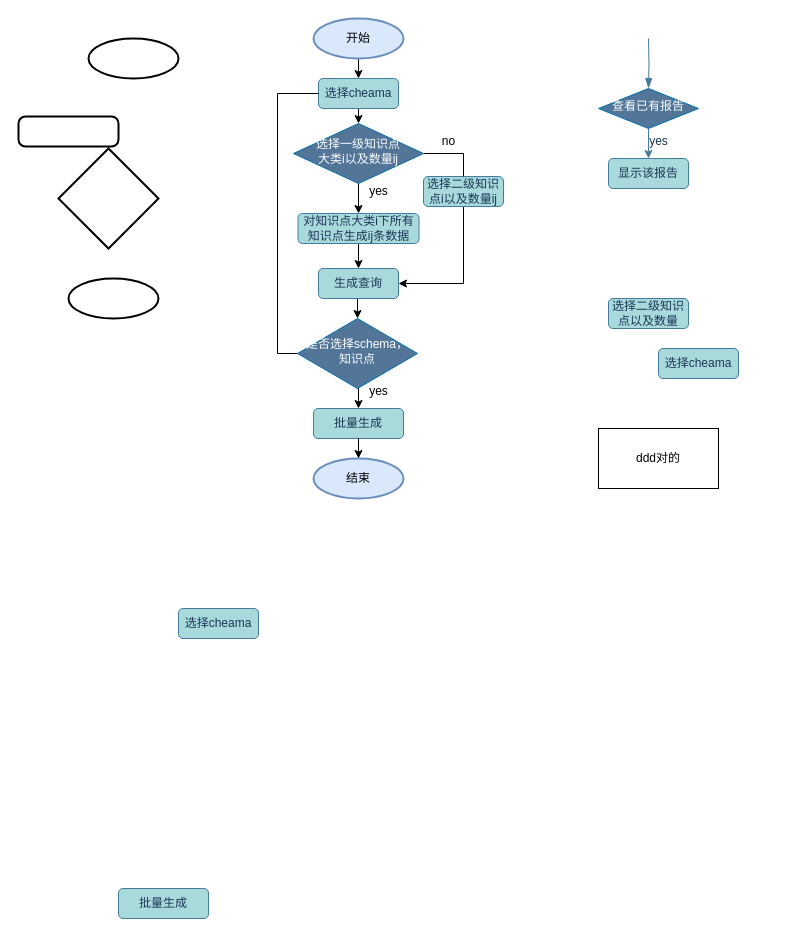
Earlier version of the draw.io diagram draw/自然语言生成以及相应sql生成.drawio (White1943/sqlEduFB). Source tidied: cells renumbered, new cells numbered last; positions are measured from the earlier drawing's top-left corner, leaving out a move shared by most shapes. Both pictures are drawn from the tidied source at 100%, with x=0, y=0 at pixel (18, 18).
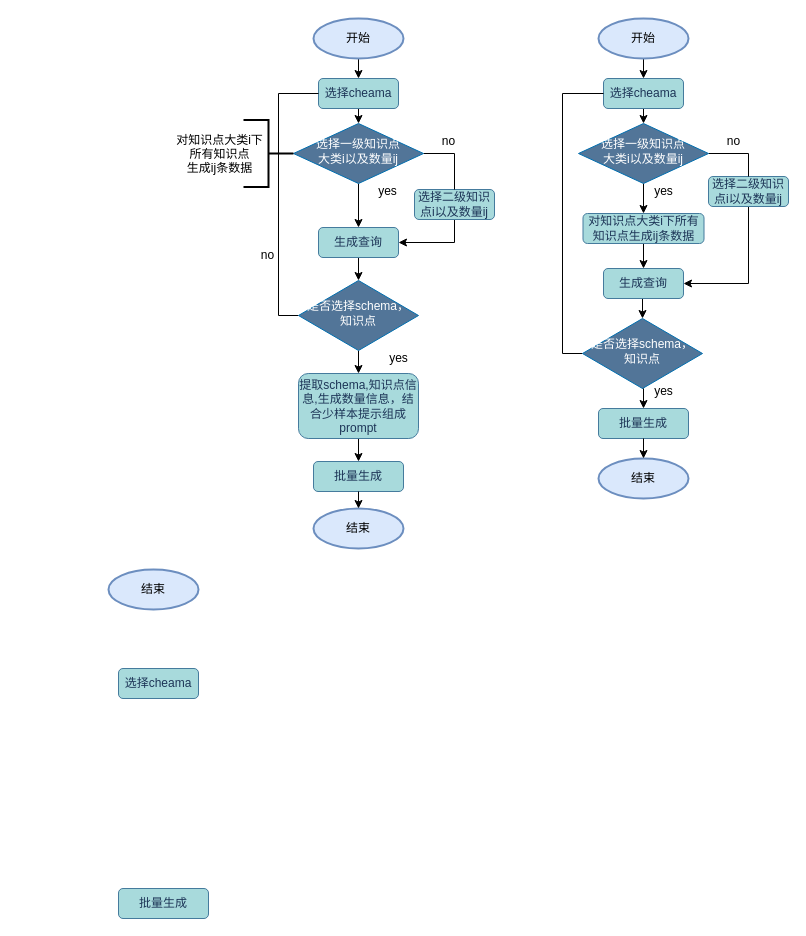
After the change.

Commit message (it also covers changes not shown here):
更新自然语言生成以及相应sql生成.drawio

The change refers to these unchanged cells:
```xml
<mxCell id="23" value="&lt;span&gt;&lt;font style=&quot;color: rgb(255, 255, 255);&quot;&gt;选择一级知识点&lt;/font&gt;&lt;/span&gt;&lt;div&gt;&lt;span&gt;&lt;font style=&quot;color: rgb(255, 255, 255);&quot;&gt;大类i以及数量ij&lt;/font&gt;&lt;/span&gt;&lt;/div&gt;" style="rhombus;whiteSpace=wrap;html=1;shadow=0;fontFamily=Helvetica;fontSize=12;align=center;strokeWidth=1;spacing=6;spacingTop=-4;labelBackgroundColor=none;fillColor=light-dark(#527598, #2566a8);strokeColor=#006EAF;fontColor=#ffffff;verticalAlign=middle;" parent="1" vertex="1">
  <mxGeometry x="275" y="105" width="130" height="60" as="geometry" />
</mxCell>
```

The edit, as a diff of the source:
```diff
@@
-    <mxCell id="2" style="strokeWidth=2;html=1;shape=mxgraph.flowchart.start_1;whiteSpace=wrap;" parent="1" vertex="1">
-      <mxGeometry x="70" y="20" width="90" height="40" as="geometry" />
-    </mxCell>
-    <mxCell id="3" style="strokeWidth=2;html=1;shape=mxgraph.flowchart.start_1;whiteSpace=wrap;" parent="1" vertex="1">
-      <mxGeometry x="50" y="260" width="90" height="40" as="geometry" />
-    </mxCell>
-    <mxCell id="4" style="strokeWidth=2;html=1;shape=mxgraph.flowchart.decision;whiteSpace=wrap;" parent="1" vertex="1">
-      <mxGeometry x="40" y="130" width="100" height="100" as="geometry" />
-    </mxCell>
-    <mxCell id="5" style="rounded=1;whiteSpace=wrap;html=1;absoluteArcSize=1;arcSize=14;strokeWidth=2;" parent="1" vertex="1">
-      <mxGeometry y="98" width="100" height="30" as="geometry" />
-    </mxCell>
-    <mxCell id="6" style="rounded=0;html=1;jettySize=auto;fontSize=11;endArrow=blockThin;endFill=1;endSize=8;strokeWidth=1;shadow=0;labelBackgroundColor=none;edgeStyle=orthogonalEdgeStyle;strokeColor=#457B9D;fontColor=default;" parent="1" edge="1" target="8">
-      <mxGeometry relative="1" as="geometry">
-        <mxPoint x="630" y="20" as="sourcePoint" />
-      </mxGeometry>
-    </mxCell>
-    <mxCell id="7" style="edgeStyle=orthogonalEdgeStyle;rounded=0;jettySize=auto;html=1;exitX=0.5;exitY=1;exitDx=0;exitDy=0;entryX=0.5;entryY=0;entryDx=0;entryDy=0;labelBackgroundColor=none;strokeColor=#457B9D;fontColor=default;" parent="1" edge="1" source="8" target="9">
-      <mxGeometry relative="1" as="geometry" />
-    </mxCell>
-    <mxCell id="8" value="查看已有报告" style="rhombus;whiteSpace=wrap;html=1;shadow=0;fontFamily=Helvetica;fontSize=12;align=center;strokeWidth=1;spacing=6;spacingTop=-4;labelBackgroundColor=none;fillColor=light-dark(#527598, #2566a8);strokeColor=#006EAF;fontColor=#ffffff;verticalAlign=middle;" parent="1" vertex="1">
-      <mxGeometry x="580" y="70" width="100" height="40" as="geometry" />
-    </mxCell>
-    <mxCell id="9" value="显示该报告" style="rounded=1;whiteSpace=wrap;html=1;fontSize=12;glass=0;strokeWidth=1;shadow=0;labelBackgroundColor=none;fillColor=#A8DADC;strokeColor=#457B9D;fontColor=#1D3557;" parent="1" vertex="1">
-      <mxGeometry x="590" y="140" width="80" height="30" as="geometry" />
-    </mxCell>
@@
-    <mxCell id="12" value="yes" style="text;html=1;align=center;verticalAlign=middle;strokeColor=none;fillColor=none;labelBackgroundColor=none;fontColor=#1D3557;" parent="1" vertex="1">
-      <mxGeometry x="620" y="108" width="40" height="30" as="geometry" />
-    </mxCell>
@@
     <mxCell id="15" value="批量生成" style="rounded=1;whiteSpace=wrap;html=1;fontSize=12;glass=0;strokeWidth=1;shadow=0;labelBackgroundColor=none;fillColor=#A8DADC;strokeColor=#457B9D;fontColor=#1D3557;" parent="1" vertex="1">
-      <mxGeometry x="295" y="390" width="90" height="30" as="geometry" />
+      <mxGeometry x="295" y="443" width="90" height="30" as="geometry" />
     </mxCell>
-    <mxCell id="16" value="选择cheama" style="rounded=1;whiteSpace=wrap;html=1;fontSize=12;glass=0;strokeWidth=1;shadow=0;labelBackgroundColor=none;fillColor=#A8DADC;strokeColor=#457B9D;fontColor=#1D3557;" parent="1" vertex="1">
-      <mxGeometry x="640" y="330" width="80" height="30" as="geometry" />
-    </mxCell>
@@
     <mxCell id="18" value="生成查询" style="rounded=1;whiteSpace=wrap;html=1;fontSize=12;glass=0;strokeWidth=1;shadow=0;labelBackgroundColor=none;fillColor=#A8DADC;strokeColor=#457B9D;fontColor=#1D3557;" parent="1" vertex="1">
-      <mxGeometry x="300" y="250" width="80" height="30" as="geometry" />
+      <mxGeometry x="300" y="209" width="80" height="30" as="geometry" />
     </mxCell>
@@
     <mxCell id="20" value="选择二级知识点i以及数量ij" style="rounded=1;whiteSpace=wrap;html=1;fontSize=12;glass=0;strokeWidth=1;shadow=0;labelBackgroundColor=none;fillColor=#A8DADC;strokeColor=#457B9D;fontColor=#1D3557;" parent="1" vertex="1">
-      <mxGeometry x="405" y="158" width="80" height="30" as="geometry" />
+      <mxGeometry x="396" y="171" width="80" height="30" as="geometry" />
     </mxCell>
-    <mxCell id="21" style="edgeStyle=orthogonalEdgeStyle;rounded=0;jettySize=auto;html=1;exitX=0.5;exitY=1;exitDx=0;exitDy=0;entryX=0.5;entryY=0;entryDx=0;entryDy=0;" parent="1" edge="1" source="23" target="26">
+    <mxCell id="21" style="edgeStyle=orthogonalEdgeStyle;rounded=0;jettySize=auto;html=1;exitX=0.5;exitY=1;exitDx=0;exitDy=0;" parent="1" edge="1" source="23" target="18">
       <mxGeometry relative="1" as="geometry" />
     </mxCell>
@@
-    <mxCell id="24" value="选择二级知识点以及数量" style="rounded=1;whiteSpace=wrap;html=1;fontSize=12;glass=0;strokeWidth=1;shadow=0;labelBackgroundColor=none;fillColor=#A8DADC;strokeColor=#457B9D;fontColor=#1D3557;" parent="1" vertex="1">
-      <mxGeometry x="590" y="280" width="80" height="30" as="geometry" />
-    </mxCell>
-    <mxCell id="25" style="edgeStyle=orthogonalEdgeStyle;rounded=0;jettySize=auto;html=1;exitX=0.5;exitY=1;exitDx=0;exitDy=0;" parent="1" edge="1" source="26" target="18">
-      <mxGeometry relative="1" as="geometry" />
-    </mxCell>
-    <mxCell id="26" value="对知识点大类i下所有知识点生成ij条数据" style="rounded=1;whiteSpace=wrap;html=1;fontSize=12;glass=0;strokeWidth=1;shadow=0;labelBackgroundColor=none;fillColor=#A8DADC;strokeColor=#457B9D;fontColor=#1D3557;" parent="1" vertex="1">
-      <mxGeometry x="279.5" y="195" width="121" height="30" as="geometry" />
-    </mxCell>
     <mxCell id="27" value="选择cheama" style="rounded=1;whiteSpace=wrap;html=1;fontSize=12;glass=0;strokeWidth=1;shadow=0;labelBackgroundColor=none;fillColor=#A8DADC;strokeColor=#457B9D;fontColor=#1D3557;" parent="1" vertex="1">
-      <mxGeometry x="160" y="590" width="80" height="30" as="geometry" />
+      <mxGeometry x="100" y="650" width="80" height="30" as="geometry" />
     </mxCell>
-    <mxCell id="28" style="edgeStyle=orthogonalEdgeStyle;rounded=0;jettySize=auto;html=1;exitX=0.5;exitY=1;exitDx=0;exitDy=0;entryX=0.5;entryY=0;entryDx=0;entryDy=0;" parent="1" edge="1" source="30" target="15">
-      <mxGeometry relative="1" as="geometry" />
-    </mxCell>
@@
+    <mxCell id="38" style="edgeStyle=orthogonalEdgeStyle;rounded=0;jettySize=auto;html=1;exitX=0.5;exitY=1;exitDx=0;exitDy=0;entryX=0.5;entryY=0;entryDx=0;entryDy=0;" parent="1" edge="1" source="30" target="60">
+      <mxGeometry relative="1" as="geometry" />
+    </mxCell>
     <mxCell id="30" value="是否选择schema，&lt;div&gt;知识点&lt;/div&gt;" style="rhombus;whiteSpace=wrap;html=1;shadow=0;fontFamily=Helvetica;fontSize=12;align=center;strokeWidth=1;spacing=6;spacingTop=-4;labelBackgroundColor=none;fillColor=light-dark(#527598, #2566a8);strokeColor=#006EAF;fontColor=#ffffff;verticalAlign=middle;" parent="1" vertex="1">
-      <mxGeometry x="279" y="300" width="120" height="70" as="geometry" />
+      <mxGeometry x="280" y="262" width="120" height="70" as="geometry" />
     </mxCell>
-    <mxCell id="31" value="ddd对的" style="whiteSpace=wrap;html=1;" parent="1" vertex="1">
-      <mxGeometry x="580" y="410" width="120" height="60" as="geometry" />
-    </mxCell>
@@
     <mxCell id="33" value="结束" style="strokeWidth=2;html=1;shape=mxgraph.flowchart.start_2;whiteSpace=wrap;labelBackgroundColor=none;fillColor=#dae8fc;strokeColor=#6c8ebf;" parent="1" vertex="1">
-      <mxGeometry x="295" y="440" width="90" height="40" as="geometry" />
+      <mxGeometry x="295" y="490" width="90" height="40" as="geometry" />
     </mxCell>
     <mxCell id="34" value="yes" style="text;html=1;align=center;verticalAlign=middle;strokeColor=none;fillColor=none;" parent="1" vertex="1">
-      <mxGeometry x="340" y="158" width="40" height="30" as="geometry" />
+      <mxGeometry x="349" y="158" width="40" height="30" as="geometry" />
     </mxCell>
@@
     <mxCell id="37" value="yes" style="text;html=1;align=center;verticalAlign=middle;strokeColor=none;fillColor=none;" parent="1" vertex="1">
-      <mxGeometry x="340" y="358" width="40" height="30" as="geometry" />
+      <mxGeometry x="360" y="325" width="40" height="30" as="geometry" />
     </mxCell>
+    <mxCell id="39" style="edgeStyle=orthogonalEdgeStyle;rounded=0;jettySize=auto;html=1;exitX=0.5;exitY=1;exitDx=0;exitDy=0;exitPerimeter=0;entryX=0.5;entryY=0;entryDx=0;entryDy=0;" parent="1" edge="1" source="40" target="16">
+      <mxGeometry relative="1" as="geometry" />
+    </mxCell>
+    <mxCell id="40" value="开始" style="strokeWidth=2;html=1;shape=mxgraph.flowchart.start_2;whiteSpace=wrap;labelBackgroundColor=none;fillColor=#dae8fc;strokeColor=#6c8ebf;" parent="1" vertex="1">
+      <mxGeometry x="580" width="90" height="40" as="geometry" />
+    </mxCell>
+    <mxCell id="41" style="edgeStyle=orthogonalEdgeStyle;rounded=0;jettySize=auto;html=1;exitX=0.5;exitY=1;exitDx=0;exitDy=0;entryX=0.5;entryY=0;entryDx=0;entryDy=0;" parent="1" edge="1" source="16" target="49">
+      <mxGeometry relative="1" as="geometry" />
+    </mxCell>
+    <mxCell id="16" value="选择cheama" style="rounded=1;whiteSpace=wrap;html=1;fontSize=12;glass=0;strokeWidth=1;shadow=0;labelBackgroundColor=none;fillColor=#A8DADC;strokeColor=#457B9D;fontColor=#1D3557;" parent="1" vertex="1">
+      <mxGeometry x="585" y="60" width="80" height="30" as="geometry" />
+    </mxCell>
+    <mxCell id="42" value="批量生成" style="rounded=1;whiteSpace=wrap;html=1;fontSize=12;glass=0;strokeWidth=1;shadow=0;labelBackgroundColor=none;fillColor=#A8DADC;strokeColor=#457B9D;fontColor=#1D3557;" parent="1" vertex="1">
+      <mxGeometry x="580" y="390" width="90" height="30" as="geometry" />
+    </mxCell>
+    <mxCell id="43" style="edgeStyle=orthogonalEdgeStyle;rounded=0;jettySize=auto;html=1;exitX=0.5;exitY=1;exitDx=0;exitDy=0;entryX=0.5;entryY=0;entryDx=0;entryDy=0;" parent="1" edge="1" source="44" target="53">
+      <mxGeometry relative="1" as="geometry" />
+    </mxCell>
+    <mxCell id="44" value="生成查询" style="rounded=1;whiteSpace=wrap;html=1;fontSize=12;glass=0;strokeWidth=1;shadow=0;labelBackgroundColor=none;fillColor=#A8DADC;strokeColor=#457B9D;fontColor=#1D3557;" parent="1" vertex="1">
+      <mxGeometry x="585" y="250" width="80" height="30" as="geometry" />
+    </mxCell>
+    <mxCell id="45" style="edgeStyle=orthogonalEdgeStyle;rounded=0;jettySize=auto;html=1;exitX=0.5;exitY=1;exitDx=0;exitDy=0;entryX=1;entryY=0.5;entryDx=0;entryDy=0;" parent="1" edge="1" source="46" target="44">
+      <mxGeometry relative="1" as="geometry" />
+    </mxCell>
+    <mxCell id="46" value="选择二级知识点i以及数量ij" style="rounded=1;whiteSpace=wrap;html=1;fontSize=12;glass=0;strokeWidth=1;shadow=0;labelBackgroundColor=none;fillColor=#A8DADC;strokeColor=#457B9D;fontColor=#1D3557;" parent="1" vertex="1">
+      <mxGeometry x="690" y="158" width="80" height="30" as="geometry" />
+    </mxCell>
+    <mxCell id="47" style="edgeStyle=orthogonalEdgeStyle;rounded=0;jettySize=auto;html=1;exitX=0.5;exitY=1;exitDx=0;exitDy=0;entryX=0.5;entryY=0;entryDx=0;entryDy=0;" parent="1" edge="1" source="49" target="26">
+      <mxGeometry relative="1" as="geometry" />
+    </mxCell>
+    <mxCell id="48" style="edgeStyle=orthogonalEdgeStyle;rounded=0;jettySize=auto;html=1;exitX=1;exitY=0.5;exitDx=0;exitDy=0;entryX=0.5;entryY=0;entryDx=0;entryDy=0;endArrow=none;startFill=0;" parent="1" edge="1" source="49" target="46">
+      <mxGeometry relative="1" as="geometry" />
+    </mxCell>
+    <mxCell id="49" value="&lt;span&gt;&lt;font style=&quot;color: rgb(255, 255, 255);&quot;&gt;选择一级知识点&lt;/font&gt;&lt;/span&gt;&lt;div&gt;&lt;span&gt;&lt;font style=&quot;color: rgb(255, 255, 255);&quot;&gt;大类i以及数量ij&lt;/font&gt;&lt;/span&gt;&lt;/div&gt;" style="rhombus;whiteSpace=wrap;html=1;shadow=0;fontFamily=Helvetica;fontSize=12;align=center;strokeWidth=1;spacing=6;spacingTop=-4;labelBackgroundColor=none;fillColor=light-dark(#527598, #2566a8);strokeColor=#006EAF;fontColor=#ffffff;verticalAlign=middle;" parent="1" vertex="1">
+      <mxGeometry x="560" y="105" width="130" height="60" as="geometry" />
+    </mxCell>
+    <mxCell id="50" style="edgeStyle=orthogonalEdgeStyle;rounded=0;jettySize=auto;html=1;exitX=0.5;exitY=1;exitDx=0;exitDy=0;" parent="1" edge="1" source="26" target="44">
+      <mxGeometry relative="1" as="geometry" />
+    </mxCell>
+    <mxCell id="26" value="对知识点大类i下所有知识点生成ij条数据" style="rounded=1;whiteSpace=wrap;html=1;fontSize=12;glass=0;strokeWidth=1;shadow=0;labelBackgroundColor=none;fillColor=#A8DADC;strokeColor=#457B9D;fontColor=#1D3557;" parent="1" vertex="1">
+      <mxGeometry x="564.5" y="195" width="121" height="30" as="geometry" />
+    </mxCell>
+    <mxCell id="51" style="edgeStyle=orthogonalEdgeStyle;rounded=0;jettySize=auto;html=1;exitX=0.5;exitY=1;exitDx=0;exitDy=0;entryX=0.5;entryY=0;entryDx=0;entryDy=0;" parent="1" edge="1" source="53" target="42">
+      <mxGeometry relative="1" as="geometry" />
+    </mxCell>
+    <mxCell id="52" style="edgeStyle=orthogonalEdgeStyle;rounded=0;jettySize=auto;html=1;exitX=0;exitY=0.5;exitDx=0;exitDy=0;entryX=0;entryY=0.5;entryDx=0;entryDy=0;endArrow=none;startFill=0;" parent="1" edge="1" source="53" target="16">
+      <mxGeometry relative="1" as="geometry" />
+    </mxCell>
+    <mxCell id="53" value="是否选择schema，&lt;div&gt;知识点&lt;/div&gt;" style="rhombus;whiteSpace=wrap;html=1;shadow=0;fontFamily=Helvetica;fontSize=12;align=center;strokeWidth=1;spacing=6;spacingTop=-4;labelBackgroundColor=none;fillColor=light-dark(#527598, #2566a8);strokeColor=#006EAF;fontColor=#ffffff;verticalAlign=middle;" parent="1" vertex="1">
+      <mxGeometry x="564" y="300" width="120" height="70" as="geometry" />
+    </mxCell>
+    <mxCell id="54" value="结束" style="strokeWidth=2;html=1;shape=mxgraph.flowchart.start_2;whiteSpace=wrap;labelBackgroundColor=none;fillColor=#dae8fc;strokeColor=#6c8ebf;" parent="1" vertex="1">
+      <mxGeometry x="580" y="440" width="90" height="40" as="geometry" />
+    </mxCell>
+    <mxCell id="55" value="yes" style="text;html=1;align=center;verticalAlign=middle;strokeColor=none;fillColor=none;" parent="1" vertex="1">
+      <mxGeometry x="625" y="158" width="40" height="30" as="geometry" />
+    </mxCell>
+    <mxCell id="56" value="no" style="text;html=1;align=center;verticalAlign=middle;strokeColor=none;fillColor=none;" parent="1" vertex="1">
+      <mxGeometry x="695" y="108" width="40" height="30" as="geometry" />
+    </mxCell>
+    <mxCell id="57" style="edgeStyle=orthogonalEdgeStyle;rounded=0;jettySize=auto;html=1;exitX=0.5;exitY=1;exitDx=0;exitDy=0;entryX=0.5;entryY=0;entryDx=0;entryDy=0;entryPerimeter=0;" parent="1" edge="1" source="42" target="54">
+      <mxGeometry relative="1" as="geometry" />
+    </mxCell>
+    <mxCell id="58" value="yes" style="text;html=1;align=center;verticalAlign=middle;strokeColor=none;fillColor=none;" parent="1" vertex="1">
+      <mxGeometry x="625" y="358" width="40" height="30" as="geometry" />
+    </mxCell>
+    <mxCell id="59" style="edgeStyle=orthogonalEdgeStyle;rounded=0;jettySize=auto;html=1;exitX=0.5;exitY=1;exitDx=0;exitDy=0;entryX=0.5;entryY=0;entryDx=0;entryDy=0;" parent="1" edge="1" source="60" target="15">
+      <mxGeometry relative="1" as="geometry" />
+    </mxCell>
+    <mxCell id="60" value="提取schema,知识点信息,生成数量信息，结合少样本提示组成prompt" style="rounded=1;whiteSpace=wrap;html=1;fontSize=12;glass=0;strokeWidth=1;shadow=0;labelBackgroundColor=none;fillColor=#A8DADC;strokeColor=#457B9D;fontColor=#1D3557;" parent="1" vertex="1">
+      <mxGeometry x="280" y="355" width="120" height="65" as="geometry" />
+    </mxCell>
+    <mxCell id="61" value="结束" style="strokeWidth=2;html=1;shape=mxgraph.flowchart.start_2;whiteSpace=wrap;labelBackgroundColor=none;fillColor=#dae8fc;strokeColor=#6c8ebf;" parent="1" vertex="1">
+      <mxGeometry x="90" y="551" width="90" height="40" as="geometry" />
+    </mxCell>
+    <mxCell id="62" style="strokeWidth=2;html=1;shape=mxgraph.flowchart.annotation_2;align=left;labelPosition=right;rotation=-180;" parent="1" vertex="1">
+      <mxGeometry x="225" y="101.5" width="50" height="67" as="geometry" />
+    </mxCell>
+    <mxCell id="63" value="对知识点大类i下&#10;所有知识点&#10;生成ij条数据" style="text;align=center;verticalAlign=middle;strokeColor=none;fillColor=none;" parent="1" vertex="1">
+      <mxGeometry x="149" y="107.5" width="105" height="55" as="geometry" />
+    </mxCell>
+    <mxCell id="64" value="no" style="text;html=1;align=center;verticalAlign=middle;strokeColor=none;fillColor=none;" parent="1" vertex="1">
+      <mxGeometry x="233" y="224" width="31" height="26" as="geometry" />
+    </mxCell>
```
